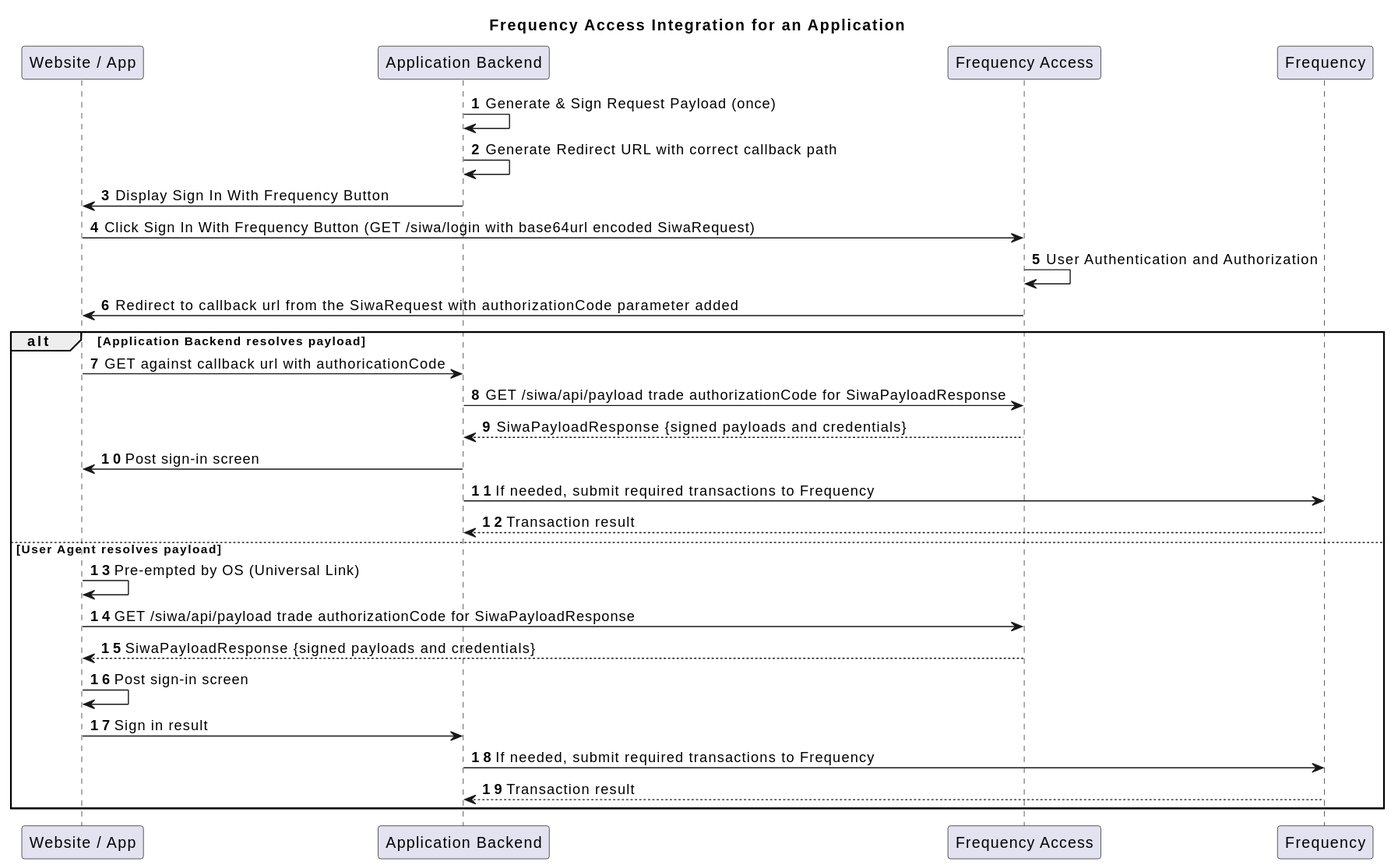
The PlantUML diagram docs/src/Actions/flow.svg in ProjectLibertyLabs/siwa, before a commit.
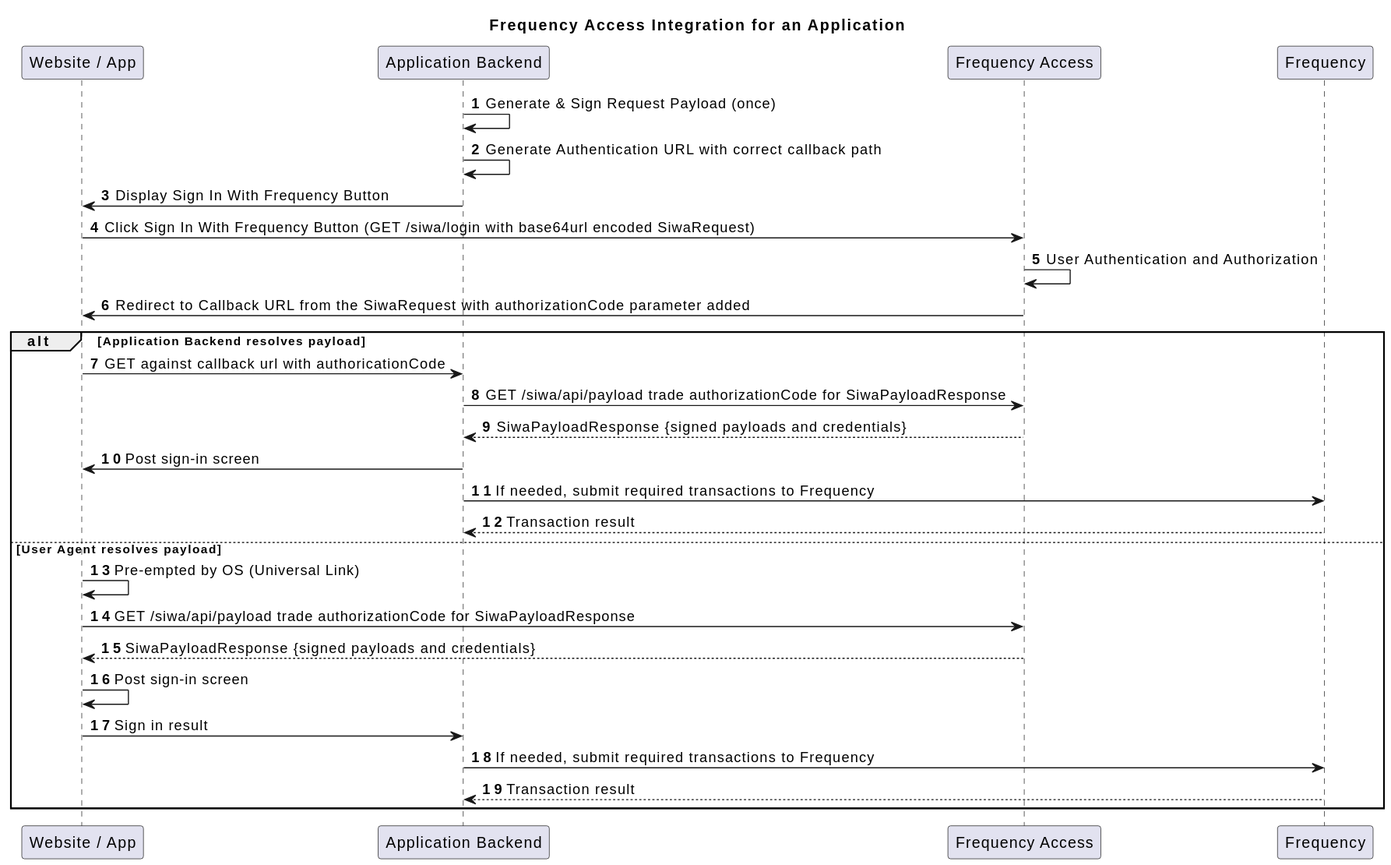
After the commit.

Diff of the diagram source:
```diff
@@ -7,11 +7,11 @@
 
 autonumber
 p->p: Generate & Sign Request Payload (once)
-p->p: Generate Redirect URL with correct callback path
+p->p: Generate Authentication URL with correct callback path
 p->ua: Display Sign In With Frequency Button
 ua->fa: Click Sign In With Frequency Button (GET /siwa/login with base64url encoded SiwaRequest)
 fa->fa: User Authentication and Authorization
-fa->ua: Redirect to callback url from the SiwaRequest with authorizationCode parameter added
+fa->ua: Redirect to Callback URL from the SiwaRequest with authorizationCode parameter added
 alt Application Backend resolves payload
     ua->p: GET against callback url with authoricationCode
     p->fa: GET /siwa/api/payload trade authorizationCode for SiwaPayloadResponse
```
